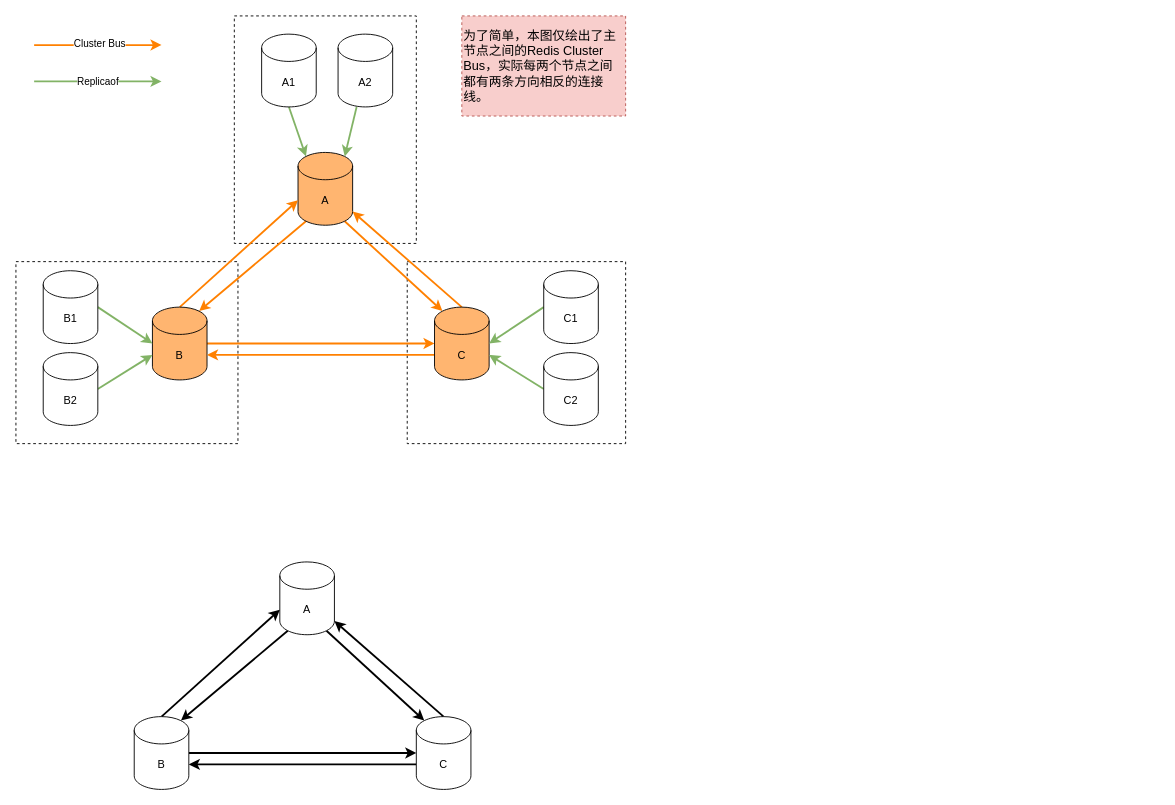
raysonxin/code-notes keeps this draw.io diagram as page "Cluster" (6 of 6) of Untitled Diagram.drawio. Above is the earlier version. Source tidied: cells renumbered, new cells numbered last; positions are measured from the earlier drawing's top-left corner, leaving out a move shared by most shapes. Both pictures are drawn from the tidied source at 91%, with x=0, y=0 at pixel (15, 15).
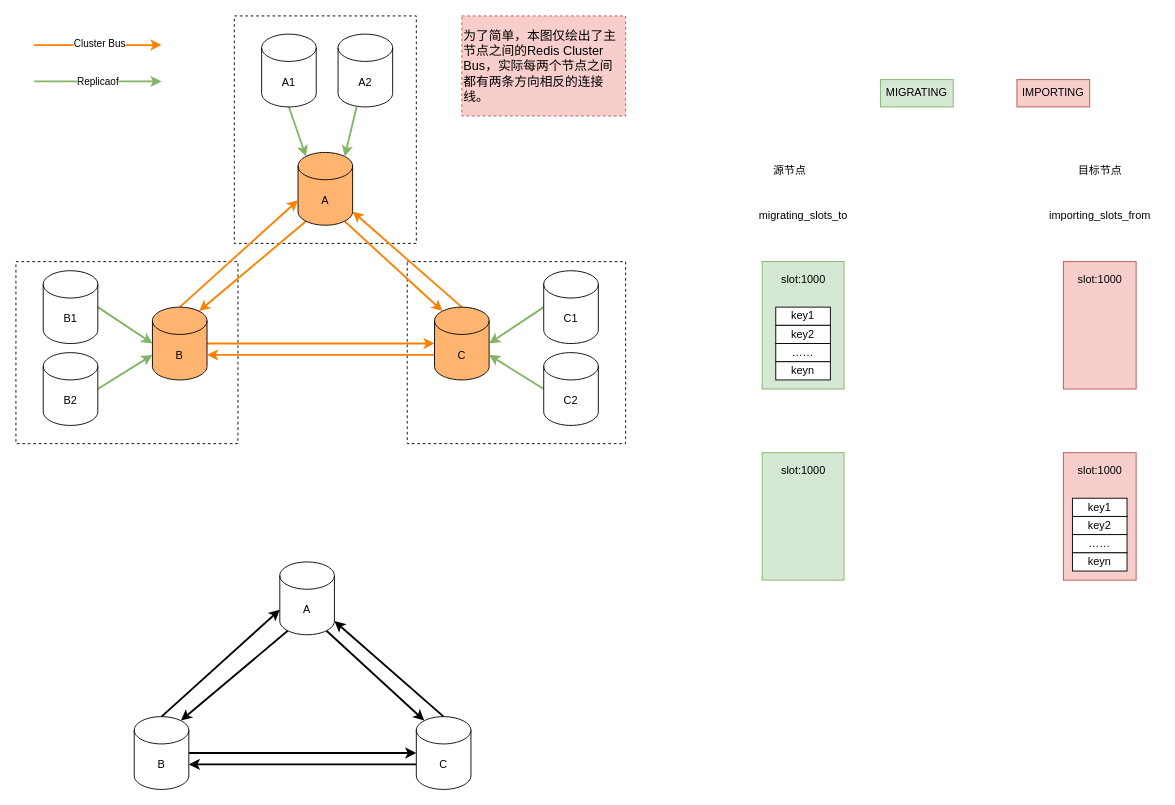
Above is the later version.

The edit, as a diff of the source:
```diff
@@
+    <mxCell id="41" value="MIGRATING" style="rounded=0;whiteSpace=wrap;html=1;fillColor=#d5e8d4;strokeColor=#82b366;" parent="1" vertex="1">
+      <mxGeometry x="950" y="70" width="80" height="30" as="geometry" />
+    </mxCell>
+    <mxCell id="42" value="IMPORTING" style="rounded=0;whiteSpace=wrap;html=1;fillColor=#f8cecc;strokeColor=#b85450;" parent="1" vertex="1">
+      <mxGeometry x="1100" y="70" width="80" height="30" as="geometry" />
+    </mxCell>
+    <mxCell id="43" style="rounded=0;whiteSpace=wrap;html=1;fillColor=#d5e8d4;strokeColor=#82b366;" parent="1" vertex="1">
+      <mxGeometry x="820" y="270" width="90" height="140" as="geometry" />
+    </mxCell>
+    <mxCell id="44" style="rounded=0;whiteSpace=wrap;html=1;fillColor=#f8cecc;strokeColor=#b85450;" parent="1" vertex="1">
+      <mxGeometry x="1151" y="270" width="80" height="140" as="geometry" />
+    </mxCell>
+    <mxCell id="45" value="migrating_slots_to" style="text;html=1;align=center;verticalAlign=middle;" parent="1" vertex="1">
+      <mxGeometry x="810" y="210" width="110" height="20" as="geometry" />
+    </mxCell>
+    <mxCell id="46" value="importing_slots_from" style="text;html=1;align=center;verticalAlign=middle;" parent="1" vertex="1">
+      <mxGeometry x="1126" y="210" width="130" height="20" as="geometry" />
+    </mxCell>
+    <mxCell id="47" value="key1" style="rounded=0;whiteSpace=wrap;html=1;" parent="1" vertex="1">
+      <mxGeometry x="835" y="320" width="60" height="20" as="geometry" />
+    </mxCell>
+    <mxCell id="48" value="key2" style="rounded=0;whiteSpace=wrap;html=1;" parent="1" vertex="1">
+      <mxGeometry x="835" y="340" width="60" height="20" as="geometry" />
+    </mxCell>
+    <mxCell id="49" value="……" style="rounded=0;whiteSpace=wrap;html=1;" parent="1" vertex="1">
+      <mxGeometry x="835" y="360" width="60" height="20" as="geometry" />
+    </mxCell>
+    <mxCell id="50" value="keyn" style="rounded=0;whiteSpace=wrap;html=1;" parent="1" vertex="1">
+      <mxGeometry x="835" y="380" width="60" height="20" as="geometry" />
+    </mxCell>
+    <mxCell id="51" value="slot:1000" style="text;html=1;align=center;verticalAlign=middle;" parent="1" vertex="1">
+      <mxGeometry x="835" y="280" width="60" height="20" as="geometry" />
+    </mxCell>
+    <mxCell id="52" value="slot:1000" style="text;html=1;align=center;verticalAlign=middle;" parent="1" vertex="1">
+      <mxGeometry x="1161" y="280" width="60" height="20" as="geometry" />
+    </mxCell>
+    <mxCell id="53" value="源节点" style="text;html=1;align=center;verticalAlign=middle;" parent="1" vertex="1">
+      <mxGeometry x="825" y="160" width="50" height="20" as="geometry" />
+    </mxCell>
+    <mxCell id="54" value="目标节点" style="text;html=1;align=center;verticalAlign=middle;" parent="1" vertex="1">
+      <mxGeometry x="1161" y="160" width="60" height="20" as="geometry" />
+    </mxCell>
+    <mxCell id="55" style="rounded=0;whiteSpace=wrap;html=1;fillColor=#f8cecc;strokeColor=#b85450;" parent="1" vertex="1">
+      <mxGeometry x="1151" y="480" width="80" height="140" as="geometry" />
+    </mxCell>
+    <mxCell id="56" value="slot:1000" style="text;html=1;align=center;verticalAlign=middle;" parent="1" vertex="1">
+      <mxGeometry x="1161" y="490" width="60" height="20" as="geometry" />
+    </mxCell>
+    <mxCell id="57" value="key1" style="rounded=0;whiteSpace=wrap;html=1;" parent="1" vertex="1">
+      <mxGeometry x="1161" y="530" width="60" height="20" as="geometry" />
+    </mxCell>
+    <mxCell id="58" value="key2" style="rounded=0;whiteSpace=wrap;html=1;" parent="1" vertex="1">
+      <mxGeometry x="1161" y="550" width="60" height="20" as="geometry" />
+    </mxCell>
+    <mxCell id="59" value="……" style="rounded=0;whiteSpace=wrap;html=1;" parent="1" vertex="1">
+      <mxGeometry x="1161" y="570" width="60" height="20" as="geometry" />
+    </mxCell>
+    <mxCell id="60" value="keyn" style="rounded=0;whiteSpace=wrap;html=1;" parent="1" vertex="1">
+      <mxGeometry x="1161" y="590" width="60" height="20" as="geometry" />
+    </mxCell>
+    <mxCell id="61" style="rounded=0;whiteSpace=wrap;html=1;fillColor=#d5e8d4;strokeColor=#82b366;" parent="1" vertex="1">
+      <mxGeometry x="820" y="480" width="90" height="140" as="geometry" />
+    </mxCell>
+    <mxCell id="62" value="slot:1000" style="text;html=1;align=center;verticalAlign=middle;" parent="1" vertex="1">
+      <mxGeometry x="835" y="490" width="60" height="20" as="geometry" />
+    </mxCell>
```
